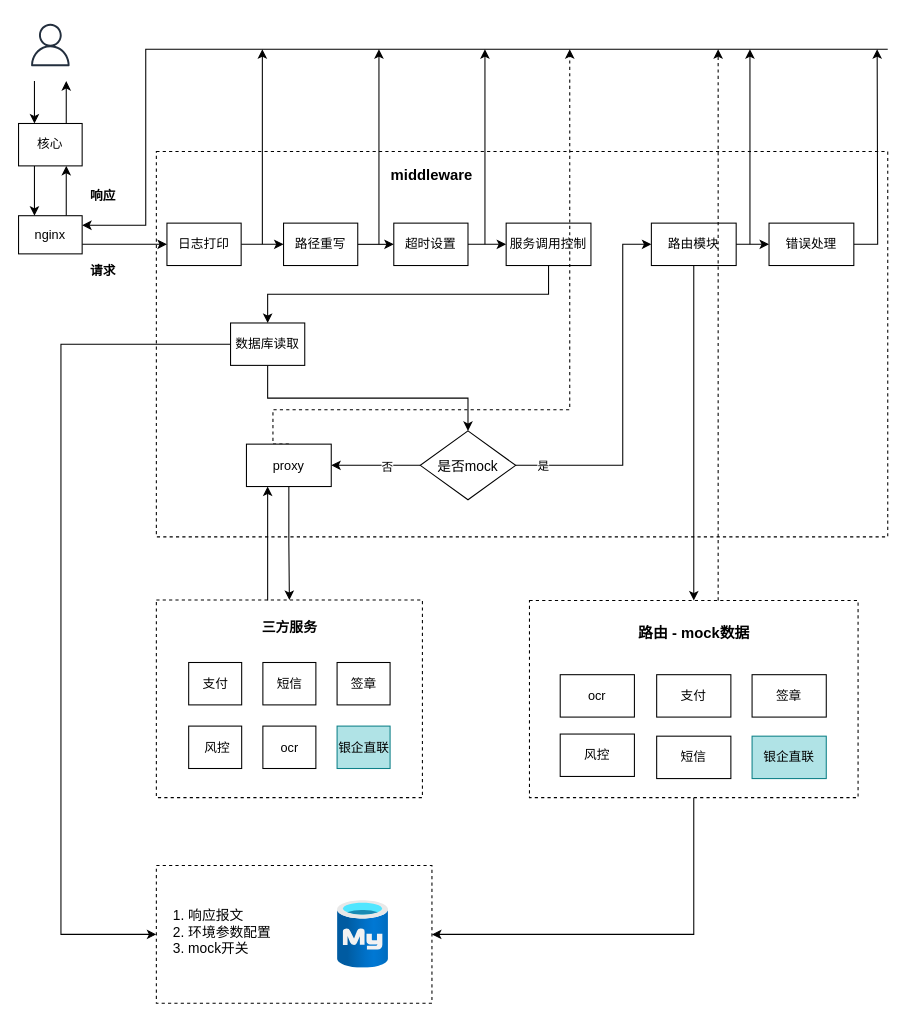
zlv2s/diagram keeps this draw.io diagram as mock-server.drawio. Above is the earlier version. Source tidied: cells renumbered, new cells numbered last; positions are measured from the earlier drawing's top-left corner, leaving out a move shared by most shapes. Both pictures are drawn from the tidied source at 106%, with x=0, y=0 at pixel (18, 18).
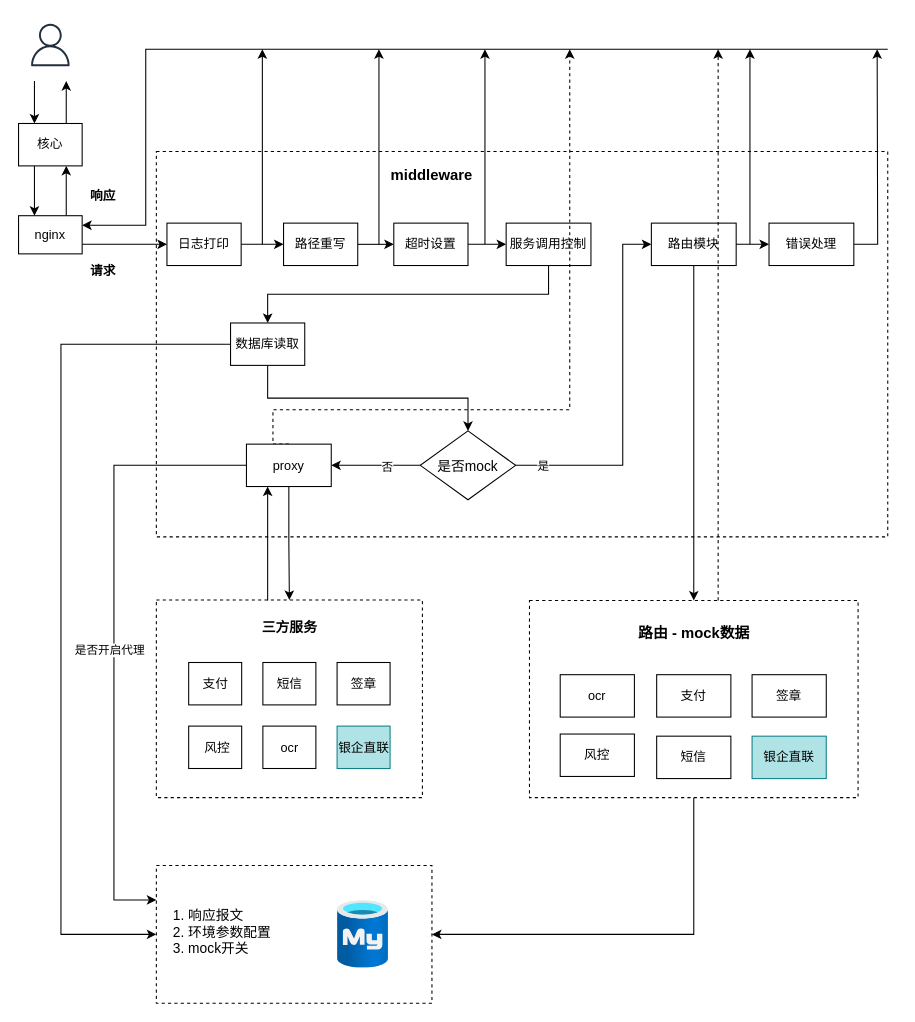
Above is the later version.

Unchanged cells that the change refers to:
```xml
<mxCell id="33" value="proxy" style="rounded=0;whiteSpace=wrap;html=1;" parent="1" vertex="1">
  <mxGeometry x="215" y="401.5" width="80" height="40" as="geometry" />
</mxCell>
<mxCell id="45" style="rounded=0;whiteSpace=wrap;html=1;dashed=1;fontSize=13;fillColor=none;" parent="43" vertex="1">
  <mxGeometry width="260" height="130" as="geometry" />
</mxCell>
```

The edit, as a diff of the source:
```diff
@@
+    <mxCell id="68" style="edgeStyle=orthogonalEdgeStyle;rounded=0;jettySize=auto;html=1;exitX=0;exitY=0.5;exitDx=0;exitDy=0;entryX=0;entryY=0.25;entryDx=0;entryDy=0;" parent="1" edge="1" source="33" target="45">
+      <mxGeometry relative="1" as="geometry">
+        <Array as="points">
+          <mxPoint x="90" y="422" />
+          <mxPoint x="90" y="832" />
+        </Array>
+      </mxGeometry>
+    </mxCell>
+    <mxCell id="69" value="是否开启代理" style="edgeLabel;html=1;align=center;verticalAlign=middle;" parent="68" vertex="1">
+      <mxGeometry x="0.04" y="2" relative="1" as="geometry">
+        <mxPoint x="-7" as="offset" />
+      </mxGeometry>
+    </mxCell>
```
